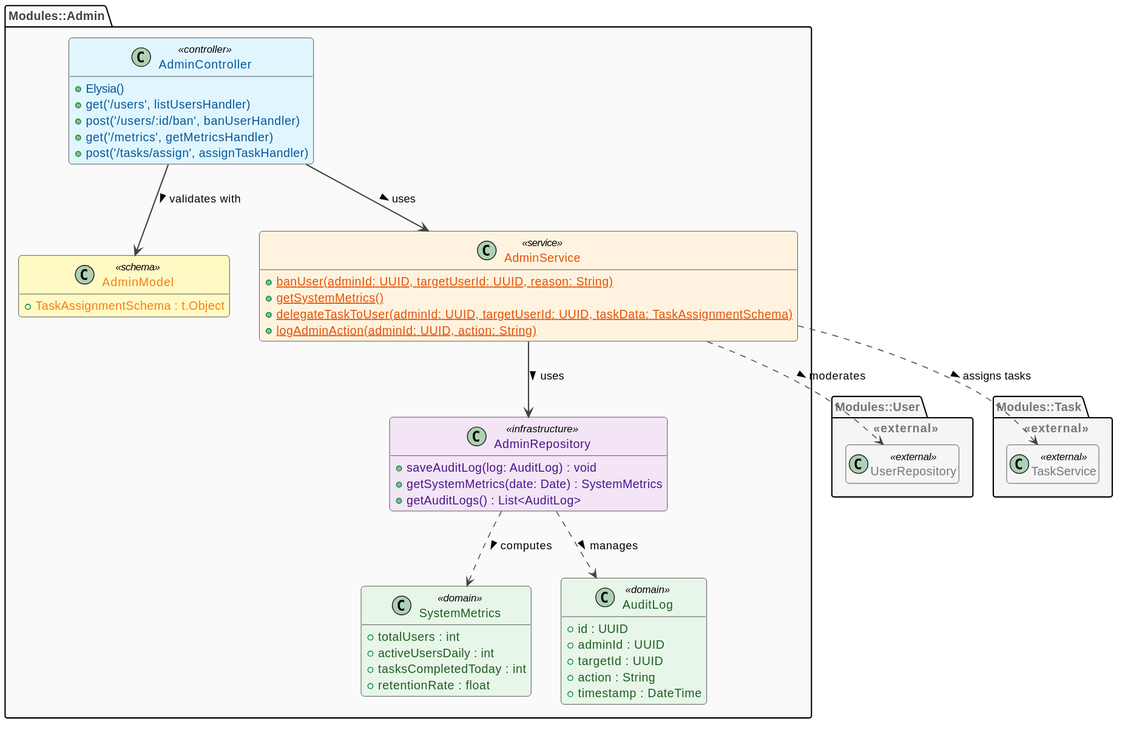
This is docs/classes/assets/admin_module.svg from BerlyCS/AlToke, a PlantUML export, as it was before one commit. Its diagram source:
```plantuml
@startuml
!include style.puml
package "Modules::Admin" {
  class AdminController <<controller>> {
    + Elysia()
    + get('/users', listUsersHandler)
    + post('/users/:id/ban', banUserHandler)
    + get('/metrics', getMetricsHandler)
    + post('/tasks/assign', assignTaskHandler)
  }

  class AdminModel <<schema>> {
    + TaskAssignmentSchema : t.Object
  }

  class AdminService <<service>> {
    {static} + banUser(adminId: UUID, targetUserId: UUID, reason: String)
    {static} + getSystemMetrics()
    {static} + delegateTaskToUser(adminId: UUID, targetUserId: UUID, taskData: TaskAssignmentSchema)
    {static} + logAdminAction(adminId: UUID, action: String)
  }

  class SystemMetrics <<domain>> {
    + totalUsers : int
    + activeUsersDaily : int
    + tasksCompletedToday : int
    + retentionRate : float
  }

  class AuditLog <<domain>> {
    + id : UUID
    + adminId : UUID
    + targetId : UUID
    + action : String
    + timestamp : DateTime
  }

  class AdminRepository <<infrastructure>> {
    + saveAuditLog(log: AuditLog) : void
    + getSystemMetrics(date: Date) : SystemMetrics
    + getAuditLogs() : List<AuditLog>
  }

  AdminController --> AdminService : uses >
  AdminController --> AdminModel : validates with >
  AdminService --> AdminRepository : uses >
  AdminRepository ..> AuditLog : manages >
  AdminRepository ..> SystemMetrics : computes >
}

package "Modules::User" <<external>> {
  class UserRepository <<external>>
}
package "Modules::Task" <<external>> {
  class TaskService <<external>>
}

AdminService ..> UserRepository : moderates >
AdminService ..> TaskService : assigns tasks >
@enduml
```
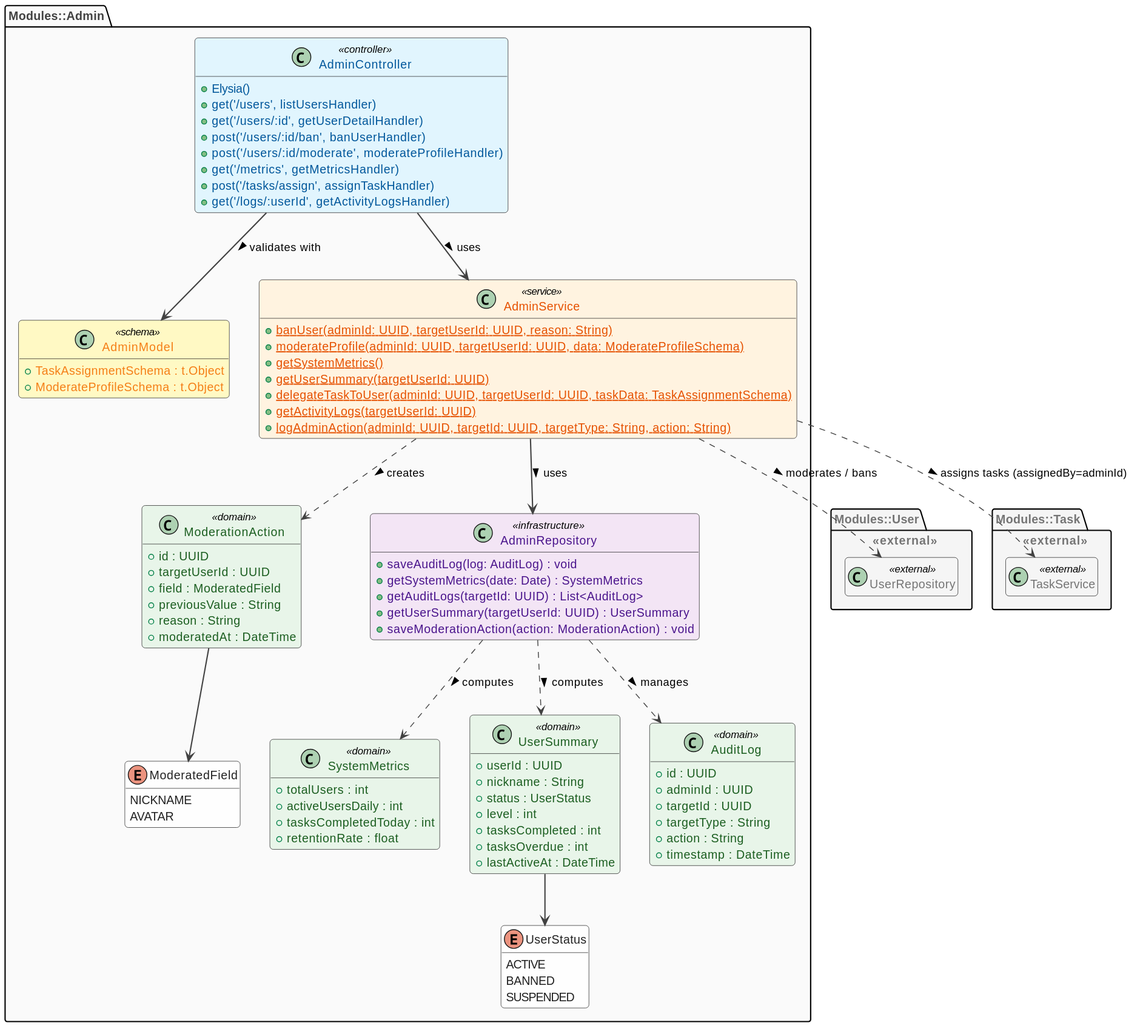
The same file after the commit.

Commit message:
docs: admin moderation and ban services separated closes #23

Change to the diagram source:
```diff
@@ -4,20 +4,27 @@
   class AdminController <<controller>> {
     + Elysia()
     + get('/users', listUsersHandler)
+    + get('/users/:id', getUserDetailHandler)
     + post('/users/:id/ban', banUserHandler)
+    + post('/users/:id/moderate', moderateProfileHandler)
     + get('/metrics', getMetricsHandler)
     + post('/tasks/assign', assignTaskHandler)
+    + get('/logs/:userId', getActivityLogsHandler)
   }
 
   class AdminModel <<schema>> {
     + TaskAssignmentSchema : t.Object
+    + ModerateProfileSchema : t.Object
   }
 
   class AdminService <<service>> {
     {static} + banUser(adminId: UUID, targetUserId: UUID, reason: String)
+    {static} + moderateProfile(adminId: UUID, targetUserId: UUID, data: ModerateProfileSchema)
     {static} + getSystemMetrics()
+    {static} + getUserSummary(targetUserId: UUID)
     {static} + delegateTaskToUser(adminId: UUID, targetUserId: UUID, taskData: TaskAssignmentSchema)
-    {static} + logAdminAction(adminId: UUID, action: String)
+    {static} + getActivityLogs(targetUserId: UUID)
+    {static} + logAdminAction(adminId: UUID, targetId: UUID, targetType: String, action: String)
   }
 
   class SystemMetrics <<domain>> {
@@ -27,10 +34,41 @@
     + retentionRate : float
   }
 
+  class UserSummary <<domain>> {
+    + userId : UUID
+    + nickname : String
+    + status : UserStatus
+    + level : int
+    + tasksCompleted : int
+    + tasksOverdue : int
+    + lastActiveAt : DateTime
+  }
+
+  class ModerationAction <<domain>> {
+    + id : UUID
+    + targetUserId : UUID
+    + field : ModeratedField
+    + previousValue : String
+    + reason : String
+    + moderatedAt : DateTime
+  }
+
+  enum ModeratedField {
+    NICKNAME
+    AVATAR
+  }
+
+  enum UserStatus {
+    ACTIVE
+    BANNED
+    SUSPENDED
+  }
+
   class AuditLog <<domain>> {
     + id : UUID
     + adminId : UUID
     + targetId : UUID
+    + targetType : String
     + action : String
     + timestamp : DateTime
   }
@@ -38,7 +76,9 @@
   class AdminRepository <<infrastructure>> {
     + saveAuditLog(log: AuditLog) : void
     + getSystemMetrics(date: Date) : SystemMetrics
-    + getAuditLogs() : List<AuditLog>
+    + getAuditLogs(targetId: UUID) : List<AuditLog>
+    + getUserSummary(targetUserId: UUID) : UserSummary
+    + saveModerationAction(action: ModerationAction) : void
   }
 
   AdminController --> AdminService : uses >
@@ -46,6 +86,10 @@
   AdminService --> AdminRepository : uses >
   AdminRepository ..> AuditLog : manages >
   AdminRepository ..> SystemMetrics : computes >
+  AdminRepository ..> UserSummary : computes >
+  AdminService ..> ModerationAction : creates >
+  ModerationAction --> ModeratedField
+  UserSummary --> UserStatus
 }
 
 package "Modules::User" <<external>> {
@@ -55,6 +99,6 @@
   class TaskService <<external>>
 }
 
-AdminService ..> UserRepository : moderates >
-AdminService ..> TaskService : assigns tasks >
+AdminService ..> UserRepository : moderates / bans >
+AdminService ..> TaskService : assigns tasks (assignedBy=adminId) >
 @enduml
```
